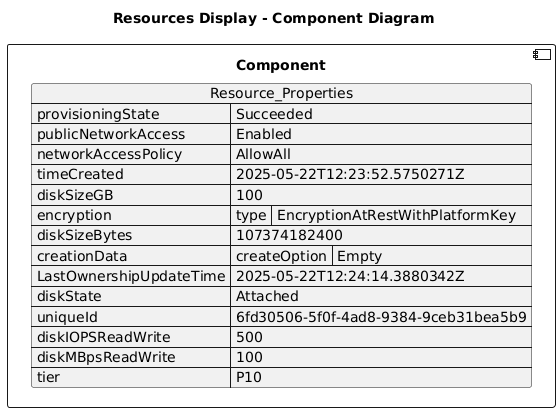
The PlantUML diagram diagrams/d_awh_appwm1_datadisk1.png in DanielAmpong/Test-Azure-architecture-diagram, before a commit.
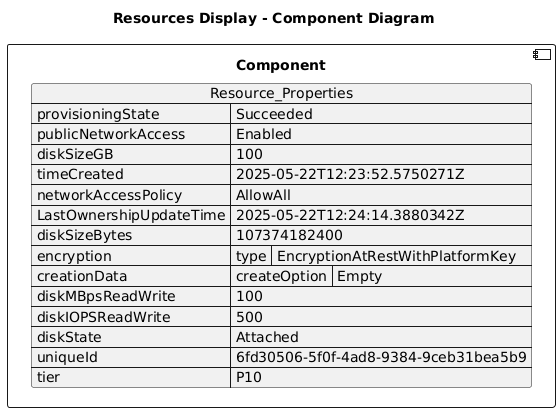
After the commit.

Change to the diagram source:
```diff
@@ -7,21 +7,21 @@
 json  Resource_Properties {
   "provisioningState": "Succeeded",
   "publicNetworkAccess": "Enabled",
+  "diskSizeGB": 100,
+  "timeCreated": "2025-05-22T12:23:52.5750271Z",
   "networkAccessPolicy": "AllowAll",
-  "timeCreated": "2025-05-22T12:23:52.5750271Z",
-  "diskSizeGB": 100,
+  "LastOwnershipUpdateTime": "2025-05-22T12:24:14.3880342Z",
+  "diskSizeBytes": 107374182400,
   "encryption": {
     "type": "EncryptionAtRestWithPlatformKey"
   },
-  "diskSizeBytes": 107374182400,
   "creationData": {
     "createOption": "Empty"
   },
-  "LastOwnershipUpdateTime": "2025-05-22T12:24:14.3880342Z",
+  "diskMBpsReadWrite": 100,
+  "diskIOPSReadWrite": 500,
   "diskState": "Attached",
   "uniqueId": "6fd30506-5f0f-4ad8-9384-9ceb31bea5b9",
-  "diskIOPSReadWrite": 500,
-  "diskMBpsReadWrite": 100,
   "tier": "P10"
 }
 }
```
